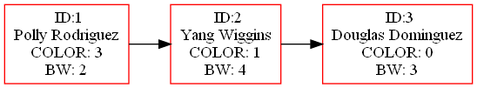
This is colarecepcion.png from hugosmhd/EDD_UDRAWING_202002793, a Graphviz export, as it was before one commit. Its source is kept beside it as colarecepcion.dot.
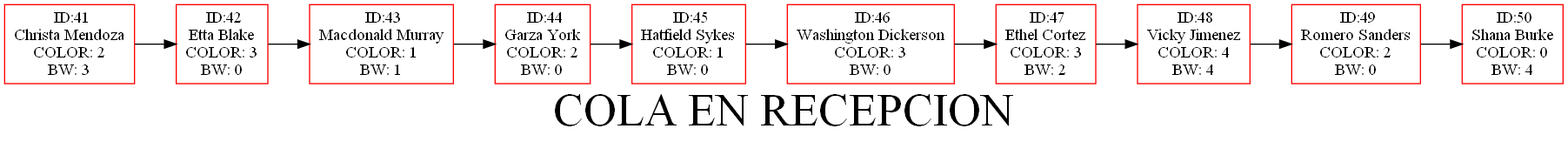
After the change.

Change to the diagram source:
```diff
@@ -1,9 +1,25 @@
 digraph G {
 node[shape=box, color=red];
-nodo21685669[label=" ID:1\nPolly Rodriguez\nCOLOR: 3\nBW: 2"]
-nodo2133927002[label=" ID:2\nYang Wiggins\nCOLOR: 1\nBW: 4"]
-nodo1836019240[label=" ID:3\nDouglas Dominguez\nCOLOR: 0\nBW: 3"]
-nodo21685669 -> nodo2133927002;
-nodo2133927002 -> nodo1836019240;
+label="COLA EN RECEPCION";
+fontsize = 40;
+nodo1625635731[label=" ID:41\nChrista Mendoza\nCOLOR: 2\nBW: 3"]
+nodo1580066828[label=" ID:42\nEtta Blake\nCOLOR: 3\nBW: 0"]
+nodo491044090[label=" ID:43\nMacdonald Murray\nCOLOR: 1\nBW: 1"]
+nodo644117698[label=" ID:44\nGarza York\nCOLOR: 2\nBW: 0"]
+nodo1872034366[label=" ID:45\nHatfield Sykes\nCOLOR: 1\nBW: 0"]
+nodo1581781576[label=" ID:46\nWashington Dickerson\nCOLOR: 3\nBW: 0"]
+nodo1725154839[label=" ID:47\nEthel Cortez\nCOLOR: 3\nBW: 2"]
+nodo1670675563[label=" ID:48\nVicky Jimenez\nCOLOR: 4\nBW: 4"]
+nodo723074861[label=" ID:49\nRomero Sanders\nCOLOR: 2\nBW: 0"]
+nodo895328852[label=" ID:50\nShana Burke\nCOLOR: 0\nBW: 4"]
+nodo1625635731 -> nodo1580066828;
+nodo1580066828 -> nodo491044090;
+nodo491044090 -> nodo644117698;
+nodo644117698 -> nodo1872034366;
+nodo1872034366 -> nodo1581781576;
+nodo1581781576 -> nodo1725154839;
+nodo1725154839 -> nodo1670675563;
+nodo1670675563 -> nodo723074861;
+nodo723074861 -> nodo895328852;
 rankdir=LR;
 }
```
